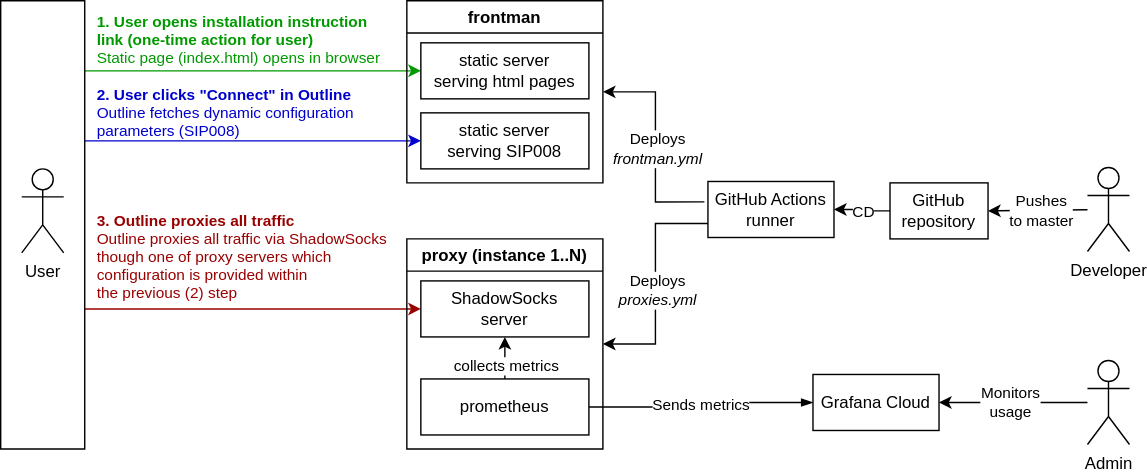
Before: diagram.svg, a diagram exported from draw.io (ed-asriyan/proxy-server). Source tidied: cells renumbered, new cells last; positions are measured from the earlier drawing's top-left corner, leaving out a move shared by most shapes.
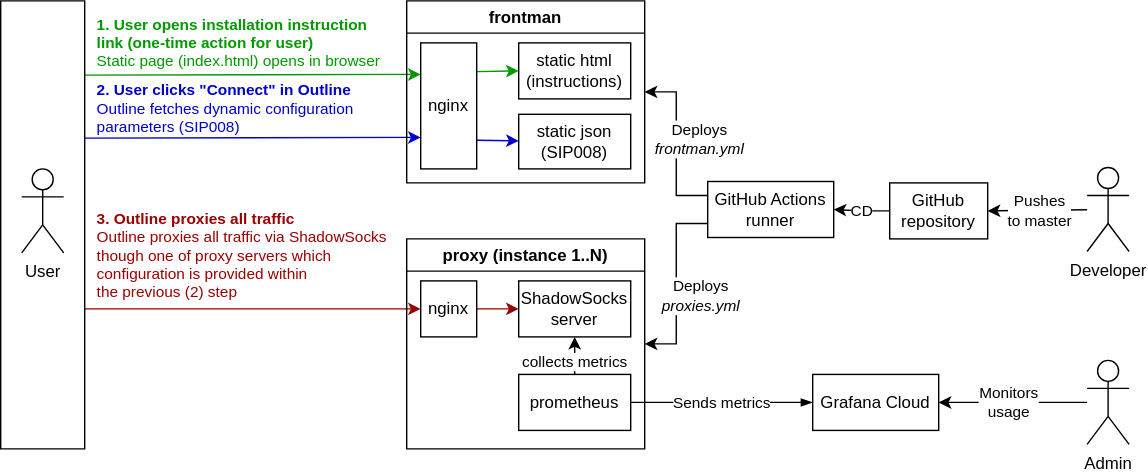
The same file after the commit.

Commit message:
Put shadowsocks behind nginx

The edit, as a diff of the source:
```diff
@@ -2,17 +2,17 @@
   <root>
     <mxCell id="0" />
     <mxCell id="1" parent="0" />
-    <mxCell id="2" style="endArrow=classic;html=1;rounded=0;exitX=-0.028;exitY=0.364;exitDx=0;exitDy=0;edgeStyle=orthogonalEdgeStyle;entryX=1;entryY=0.5;entryDx=0;entryDy=0;exitPerimeter=0;" parent="1" edge="1" source="31" target="15">
+    <mxCell id="2" style="endArrow=classic;html=1;rounded=0;exitX=0;exitY=0.25;exitDx=0;exitDy=0;edgeStyle=orthogonalEdgeStyle;entryX=1;entryY=0.5;entryDx=0;entryDy=0;" parent="1" edge="1" source="31" target="15">
       <mxGeometry relative="1" as="geometry" />
     </mxCell>
-    <mxCell id="3" value="Deploys&lt;br&gt;&lt;i&gt;frontman.yml&lt;/i&gt;" style="edgeLabel;html=1;align=center;verticalAlign=middle;" parent="2" vertex="1">
+    <mxCell id="3" value="Deploys&lt;br&gt;&lt;i&gt;frontman.yml&lt;/i&gt;" style="edgeLabel;html=1;align=center;verticalAlign=middle;labelBackgroundColor=default;" parent="2" vertex="1">
       <mxGeometry x="0.16" y="-1" relative="1" as="geometry">
-        <mxPoint y="15" as="offset" />
+        <mxPoint x="15" y="6" as="offset" />
       </mxGeometry>
     </mxCell>
-    <mxCell id="4" style="endArrow=classic;html=1;rounded=0;fontColor=#009900;strokeColor=#009900;entryX=0;entryY=0.5;entryDx=0;entryDy=0;" parent="1" edge="1" target="16">
+    <mxCell id="4" style="endArrow=classic;html=1;rounded=0;fontColor=#009900;strokeColor=#009900;entryX=0;entryY=0.25;entryDx=0;entryDy=0;" parent="1" edge="1" target="38">
       <mxGeometry relative="1" as="geometry">
-        <mxPoint x="60" y="50" as="sourcePoint" />
+        <mxPoint x="60" y="53" as="sourcePoint" />
       </mxGeometry>
     </mxCell>
     <mxCell id="5" value="&lt;div style=&quot;&quot;&gt;&lt;b&gt;1. User opens installation instruction&lt;/b&gt;&lt;/div&gt;&lt;div style=&quot;&quot;&gt;&lt;b&gt;link (one-time action for user)&lt;/b&gt;&lt;/div&gt;&lt;div style=&quot;&quot;&gt;Static page (index.html) opens in browser&lt;/div&gt;" style="edgeLabel;html=1;align=left;verticalAlign=middle;fontColor=#009900;labelBackgroundColor=none;" parent="4" vertex="1">
@@ -20,9 +20,9 @@
         <mxPoint x="-84" y="-20" as="offset" />
       </mxGeometry>
     </mxCell>
-    <mxCell id="6" style="endArrow=classic;html=1;rounded=0;entryX=0;entryY=0.5;entryDx=0;entryDy=0;fontColor=#0000CC;strokeColor=#0000CC;" parent="1" edge="1" target="17">
+    <mxCell id="6" style="endArrow=classic;html=1;rounded=0;entryX=0;entryY=0.75;entryDx=0;entryDy=0;fontColor=#0000CC;strokeColor=#0000CC;" parent="1" edge="1" target="38">
       <mxGeometry relative="1" as="geometry">
-        <mxPoint x="60" y="100" as="sourcePoint" />
+        <mxPoint x="60" y="98" as="sourcePoint" />
       </mxGeometry>
     </mxCell>
     <mxCell id="7" value="&lt;b&gt;2. User clicks &quot;Connect&quot; in Outline&lt;br&gt;&lt;/b&gt;Outline fetches dynamic configuration&lt;br&gt;parameters (SIP008)" style="edgeLabel;align=left;verticalAlign=middle;fontColor=#0000CC;labelBorderColor=none;html=1;labelBackgroundColor=none;" parent="6" vertex="1">
@@ -30,7 +30,7 @@
         <mxPoint x="-84" y="-18" as="offset" />
       </mxGeometry>
     </mxCell>
-    <mxCell id="8" style="endArrow=classic;html=1;rounded=0;entryX=0;entryY=0.5;entryDx=0;entryDy=0;fontColor=#990000;strokeColor=#990000;" parent="1" edge="1" target="11">
+    <mxCell id="8" style="endArrow=classic;html=1;rounded=0;entryX=0;entryY=0.5;entryDx=0;entryDy=0;fontColor=#990000;strokeColor=#990000;" parent="1" edge="1" target="35">
       <mxGeometry relative="1" as="geometry">
         <mxPoint x="60" y="220" as="sourcePoint" />
       </mxGeometry>
@@ -40,39 +40,65 @@
         <mxPoint x="-84" y="-35" as="offset" />
       </mxGeometry>
     </mxCell>
-    <mxCell id="10" value="proxy (instance 1..N)" style="swimlane;fillColor=none;labelBackgroundColor=default;" parent="1" vertex="1">
-      <mxGeometry x="290" y="170" width="140" height="150" as="geometry" />
+    <mxCell id="10" value="proxy (instance 1..N)" style="swimlane;fillColor=none;labelBackgroundColor=none;" parent="1" vertex="1">
+      <mxGeometry x="290" y="170" width="170" height="150" as="geometry" />
     </mxCell>
     <mxCell id="11" value="ShadowSocks&lt;br&gt;server" style="whiteSpace=wrap;html=1;fillColor=none;" parent="10" vertex="1">
-      <mxGeometry x="10" y="30" width="120" height="40" as="geometry" />
+      <mxGeometry x="80" y="30" width="80" height="40" as="geometry" />
     </mxCell>
-    <mxCell id="12" style="edgeStyle=orthogonalEdgeStyle;rounded=0;jettySize=auto;html=1;" parent="10" edge="1" source="14" target="11">
+    <mxCell id="12" style="edgeStyle=orthogonalEdgeStyle;rounded=0;jettySize=auto;html=1;labelBackgroundColor=none;" parent="10" edge="1" source="14" target="11">
       <mxGeometry relative="1" as="geometry" />
     </mxCell>
     <mxCell id="13" value="collects metrics" style="edgeLabel;html=1;align=center;verticalAlign=middle;" parent="12" vertex="1">
       <mxGeometry x="0.4" y="1" relative="1" as="geometry">
-        <mxPoint x="1" y="5" as="offset" />
+        <mxPoint x="1" y="1" as="offset" />
       </mxGeometry>
     </mxCell>
     <mxCell id="14" value="prometheus" style="whiteSpace=wrap;html=1;fillColor=none;" parent="10" vertex="1">
-      <mxGeometry x="10" y="100" width="120" height="40" as="geometry" />
+      <mxGeometry x="80" y="96.8" width="80" height="40" as="geometry" />
     </mxCell>
+    <mxCell id="34" style="edgeStyle=orthogonalEdgeStyle;rounded=0;jettySize=auto;html=1;strokeColor=#990000;" parent="10" edge="1" source="35" target="11">
+      <mxGeometry relative="1" as="geometry" />
+    </mxCell>
+    <mxCell id="35" value="nginx" style="rounded=0;whiteSpace=wrap;html=1;fillColor=none;" parent="10" vertex="1">
+      <mxGeometry x="10" y="30" width="40" height="40" as="geometry" />
+    </mxCell>
-    <mxCell id="15" value="frontman" style="swimlane;strokeColor=default;swimlaneLine=1;fillColor=none;labelBackgroundColor=default;" parent="1" vertex="1">
-      <mxGeometry x="290" width="140" height="130" as="geometry" />
+    <mxCell id="15" value="frontman" style="swimlane;strokeColor=default;swimlaneLine=1;fillColor=none;labelBackgroundColor=none;" parent="1" vertex="1">
+      <mxGeometry x="290" width="170" height="130" as="geometry" />
     </mxCell>
-    <mxCell id="16" value="static server&lt;br&gt;serving html pages" style="whiteSpace=wrap;html=1;fillColor=none;" parent="15" vertex="1">
-      <mxGeometry x="10" y="30" width="120" height="40" as="geometry" />
+    <mxCell id="16" value="static html (instructions)" style="whiteSpace=wrap;html=1;fillColor=none;" parent="15" vertex="1">
+      <mxGeometry x="80" y="30" width="80" height="40" as="geometry" />
     </mxCell>
-    <mxCell id="17" value="static server&lt;br style=&quot;border-color: var(--border-color);&quot;&gt;serving SIP008" style="whiteSpace=wrap;html=1;fillColor=none;" parent="15" vertex="1">
-      <mxGeometry x="10" y="80" width="120" height="40" as="geometry" />
+    <mxCell id="17" value="static json&lt;br style=&quot;border-color: var(--border-color);&quot;&gt;(SIP008)" style="whiteSpace=wrap;html=1;fillColor=none;" parent="15" vertex="1">
+      <mxGeometry x="80" y="81" width="80" height="39" as="geometry" />
     </mxCell>
+    <mxCell id="36" style="edgeStyle=orthogonalEdgeStyle;rounded=0;orthogonalLoop=1;jettySize=auto;html=1;exitX=1;exitY=0.75;exitDx=0;exitDy=0;strokeColor=#0000CC;" parent="15" edge="1">
+      <mxGeometry relative="1" as="geometry">
+        <mxPoint x="50" y="99.5" as="sourcePoint" />
+        <mxPoint x="80" y="100" as="targetPoint" />
+        <Array as="points">
+          <mxPoint x="80" y="100" />
+        </Array>
+      </mxGeometry>
+    </mxCell>
+    <mxCell id="37" style="edgeStyle=orthogonalEdgeStyle;rounded=0;jettySize=auto;html=1;exitX=1;exitY=0.25;exitDx=0;exitDy=0;strokeColor=#009900;entryX=0;entryY=0.5;entryDx=0;entryDy=0;" parent="15" edge="1" target="16">
+      <mxGeometry relative="1" as="geometry">
+        <mxPoint x="50" y="50.5" as="sourcePoint" />
+        <Array as="points">
+          <mxPoint x="80" y="51" />
+        </Array>
+      </mxGeometry>
+    </mxCell>
+    <mxCell id="38" value="nginx" style="rounded=0;whiteSpace=wrap;html=1;fillColor=none;" parent="15" vertex="1">
+      <mxGeometry x="10" y="30" width="40" height="90" as="geometry" />
+    </mxCell>
     <mxCell id="18" style="swimlane;strokeColor=default;swimlaneLine=0;fillColor=none;labelBackgroundColor=default;" parent="1" vertex="1">
       <mxGeometry width="60" height="320" as="geometry" />
     </mxCell>
-    <mxCell id="19" value="User" style="shape=umlActor;verticalLabelPosition=bottom;verticalAlign=top;html=1;" parent="18" vertex="1">
+    <mxCell id="19" value="User" style="shape=umlActor;verticalLabelPosition=bottom;verticalAlign=top;html=1;fillColor=none;" parent="18" vertex="1">
       <mxGeometry x="15" y="120" width="30" height="60" as="geometry" />
     </mxCell>
-    <mxCell id="20" value="Sends metrics" style="edgeStyle=orthogonalEdgeStyle;rounded=0;jettySize=auto;html=1;entryX=1;entryY=0.5;entryDx=0;entryDy=0;jumpStyle=sharp;startArrow=blockThin;startFill=1;endArrow=none;endFill=0;exitX=0;exitY=0.5;exitDx=0;exitDy=0;" parent="1" edge="1" source="33" target="14">
+    <mxCell id="20" value="Sends metrics" style="edgeStyle=orthogonalEdgeStyle;rounded=0;jettySize=auto;html=1;entryX=1;entryY=0.5;entryDx=0;entryDy=0;jumpStyle=sharp;startArrow=blockThin;startFill=1;endArrow=none;endFill=0;exitX=0;exitY=0.5;exitDx=0;exitDy=0;labelBackgroundColor=default;" parent="1" edge="1" source="33" target="14">
       <mxGeometry relative="1" as="geometry" />
     </mxCell>
     <mxCell id="21" style="edgeStyle=orthogonalEdgeStyle;rounded=0;jettySize=auto;html=1;entryX=1;entryY=0.5;entryDx=0;entryDy=0;exitX=0;exitY=0.5;exitDx=0;exitDy=0;" parent="1" edge="1" source="32" target="31">
@@ -86,12 +112,12 @@
     <mxCell id="23" style="endArrow=classic;html=1;rounded=0;entryX=1;entryY=0.5;entryDx=0;entryDy=0;exitX=0;exitY=0.75;exitDx=0;exitDy=0;edgeStyle=orthogonalEdgeStyle;" parent="1" edge="1" source="31" target="10">
       <mxGeometry relative="1" as="geometry" />
     </mxCell>
-    <mxCell id="24" value="Deploys&lt;br&gt;&lt;i&gt;proxies.yml&lt;/i&gt;" style="edgeLabel;html=1;align=center;verticalAlign=middle;" parent="23" vertex="1">
+    <mxCell id="24" value="Deploys&lt;br&gt;&lt;i&gt;proxies.yml&lt;/i&gt;" style="edgeLabel;html=1;align=center;verticalAlign=middle;labelBackgroundColor=default;" parent="23" vertex="1">
       <mxGeometry x="-0.04" y="1" relative="1" as="geometry">
-        <mxPoint y="8" as="offset" />
+        <mxPoint x="16" y="11" as="offset" />
       </mxGeometry>
     </mxCell>
-    <mxCell id="25" value="Admin" style="shape=umlActor;verticalLabelPosition=bottom;verticalAlign=top;html=1;" parent="1" vertex="1">
+    <mxCell id="25" value="Admin" style="shape=umlActor;verticalLabelPosition=bottom;verticalAlign=top;html=1;fillColor=none;" parent="1" vertex="1">
       <mxGeometry x="776" y="256.8" width="30" height="60" as="geometry" />
     </mxCell>
     <mxCell id="26" style="endArrow=classic;html=1;rounded=0;entryX=1;entryY=0.5;entryDx=0;entryDy=0;" parent="1" edge="1" source="25" target="33">
@@ -102,7 +128,7 @@
         <mxPoint x="12" y="-2" as="offset" />
       </mxGeometry>
     </mxCell>
-    <mxCell id="28" value="Developer" style="shape=umlActor;verticalLabelPosition=bottom;verticalAlign=top;html=1;" parent="1" vertex="1">
+    <mxCell id="28" value="Developer" style="shape=umlActor;verticalLabelPosition=bottom;verticalAlign=top;html=1;fillColor=none;" parent="1" vertex="1">
       <mxGeometry x="776" y="119" width="30" height="60" as="geometry" />
     </mxCell>
     <mxCell id="29" style="endArrow=classic;html=1;rounded=0;entryX=1;entryY=0.5;entryDx=0;entryDy=0;" parent="1" edge="1" source="28" target="32">
@@ -113,13 +139,13 @@
         <mxPoint x="12" y="-2" as="offset" />
       </mxGeometry>
     </mxCell>
-    <mxCell id="31" value="GitHub Actions&lt;br&gt;runner" style="rounded=0;whiteSpace=wrap;html=1;" parent="1" vertex="1">
+    <mxCell id="31" value="GitHub Actions&lt;br&gt;runner" style="rounded=0;whiteSpace=wrap;html=1;fillColor=none;" parent="1" vertex="1">
       <mxGeometry x="505" y="129" width="90" height="40" as="geometry" />
     </mxCell>
-    <mxCell id="32" value="GitHub&lt;br&gt;repository" style="rounded=0;whiteSpace=wrap;html=1;" parent="1" vertex="1">
+    <mxCell id="32" value="GitHub&lt;br&gt;repository" style="rounded=0;whiteSpace=wrap;html=1;fillColor=none;" parent="1" vertex="1">
       <mxGeometry x="635" y="130" width="70" height="40" as="geometry" />
     </mxCell>
-    <mxCell id="33" value="Grafana Cloud" style="rounded=0;whiteSpace=wrap;html=1;" parent="1" vertex="1">
+    <mxCell id="33" value="Grafana Cloud" style="rounded=0;whiteSpace=wrap;html=1;fillColor=none;" parent="1" vertex="1">
       <mxGeometry x="580" y="266.8" width="90" height="40" as="geometry" />
     </mxCell>
   </root>
```
